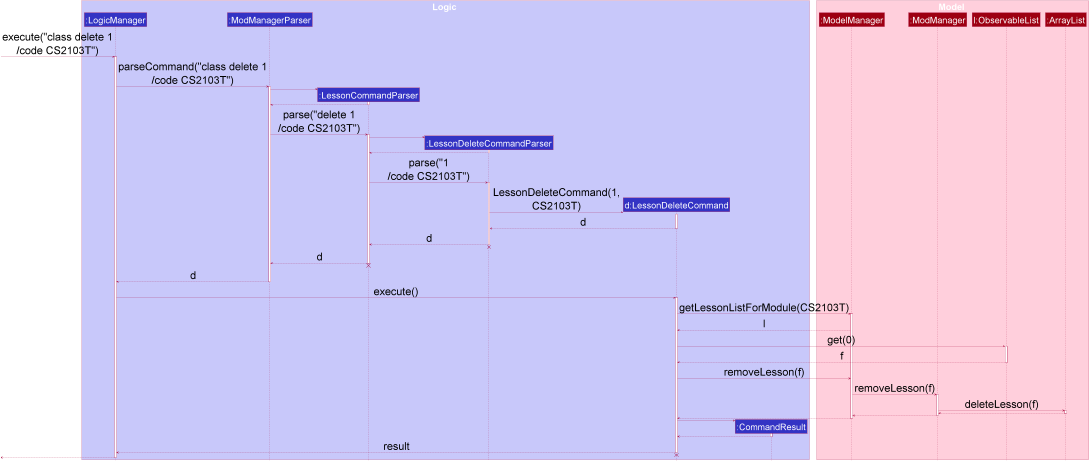
Earlier version of the PlantUML export docs/images/LessonDeleteSequenceDiagram.png (zixinn/main).
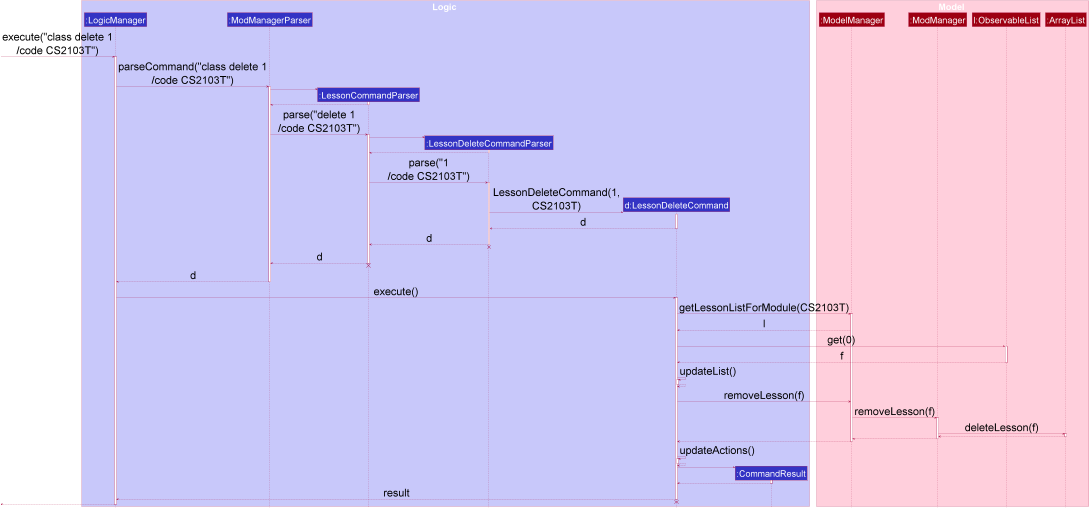
After the commit.

Diff of the diagram source:
```diff
@@ -131,6 +131,12 @@
 ObservableList --> LessonDeleteCommand : f
 deactivate ObservableList
 
+LessonDeleteCommand -> LessonDeleteCommand : updateList()
+activate LessonDeleteCommand
+
+LessonDeleteCommand --> LessonDeleteCommand
+deactivate LessonDeleteCommand
+
 LessonDeleteCommand -> ModelManager : removeLesson(f)
 
 ModelManager -> ModManager : removeLesson(f)
@@ -148,6 +154,12 @@
 ModelManager --> LessonDeleteCommand
 deactivate ModelManager
 
+LessonDeleteCommand -> LessonDeleteCommand : updateActions()
+activate LessonDeleteCommand
+
+LessonDeleteCommand --> LessonDeleteCommand
+deactivate LessonDeleteCommand
+
 create CommandResult
 LessonDeleteCommand -> CommandResult
 activate CommandResult
```
